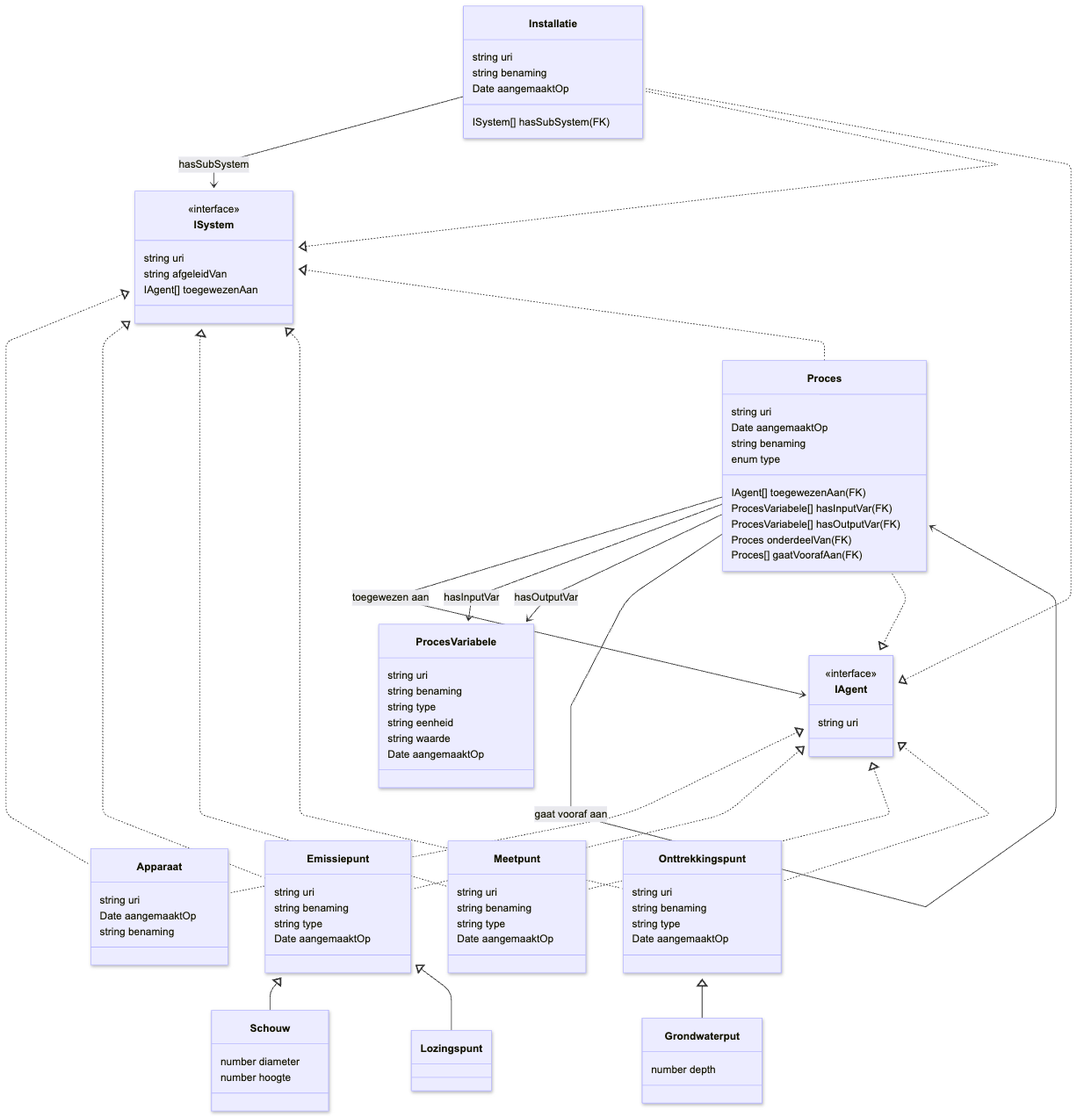
milieuinfo/RIE-IEPR keeps this Mermaid diagram as documentatie/bin/model-generator/output/Class-generated-mini.png. Above is the earlier version. Its source is kept beside it as documentatie/bin/model-generator/output/Class-generated-mini.mmd.
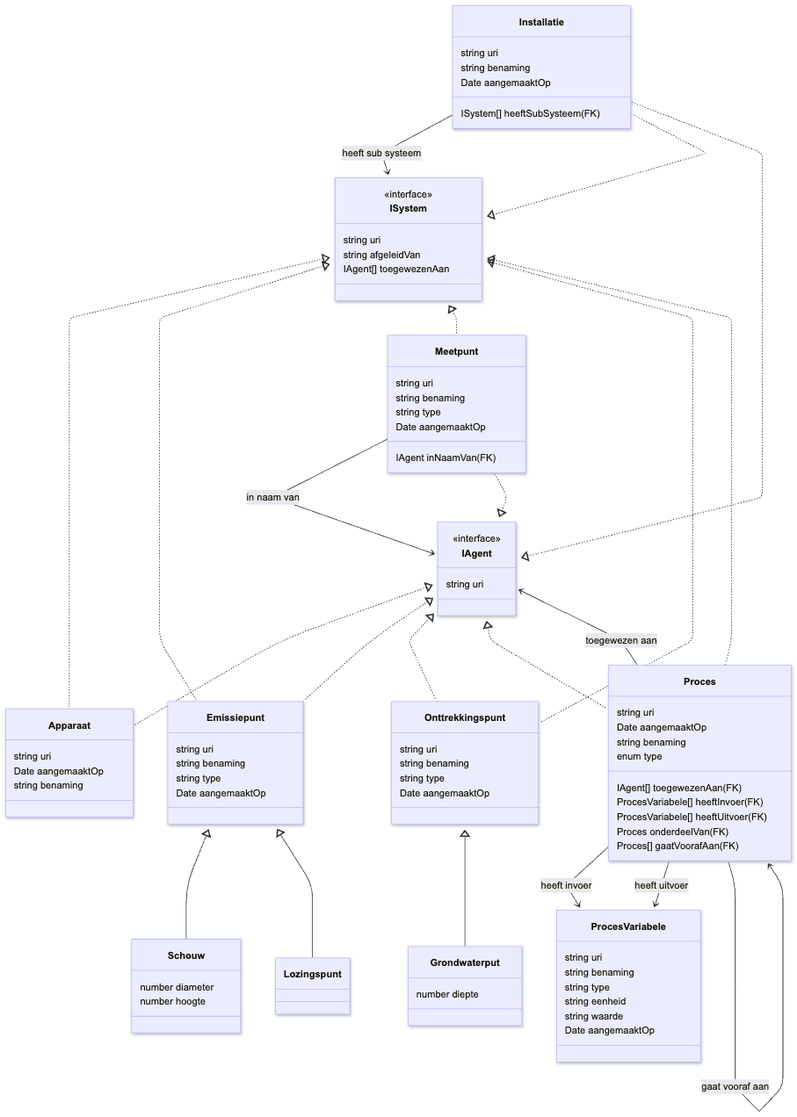
Later version of the same file.

Diff of the diagram source:
```diff
@@ -16,11 +16,11 @@
         Date aangemaaktOp
     }
     class Grondwaterput {
-        number depth
+        number diepte
     }
     class Installatie {
         string uri
-        ISystem[] hasSubSystem (FK)
+        ISystem[] heeftSubSysteem (FK)
         string benaming
         Date aangemaaktOp
     }
@@ -31,6 +31,7 @@
         string benaming
         string type
         Date aangemaaktOp
+        IAgent inNaamVan (FK)
     }
     class Onttrekkingspunt {
         string uri
@@ -44,8 +45,8 @@
         string benaming
         IAgent[] toegewezenAan (FK)
         enum type
-        ProcesVariabele[] hasInputVar (FK)
-        ProcesVariabele[] hasOutputVar (FK)
+        ProcesVariabele[] heeftInvoer (FK)
+        ProcesVariabele[] heeftUitvoer (FK)
         Proces onderdeelVan (FK)
         Proces[] gaatVoorafAan (FK)
     }
@@ -88,8 +89,9 @@
     IAgent <|.. Onttrekkingspunt
     IAgent <|.. Proces
     Proces --> IAgent : toegewezen aan
-    Proces --> ProcesVariabele : hasInputVar
-    Proces --> ProcesVariabele : hasOutputVar
+    Proces --> ProcesVariabele : heeft invoer
+    Proces --> ProcesVariabele : heeft uitvoer
     Proces --> Proces : onderdeel van
     Proces --> Proces : gaat vooraf aan
-    Installatie --> ISystem : hasSubSystem
+    Installatie --> ISystem : heeft sub systeem
+    Meetpunt --> IAgent : in naam van
```
